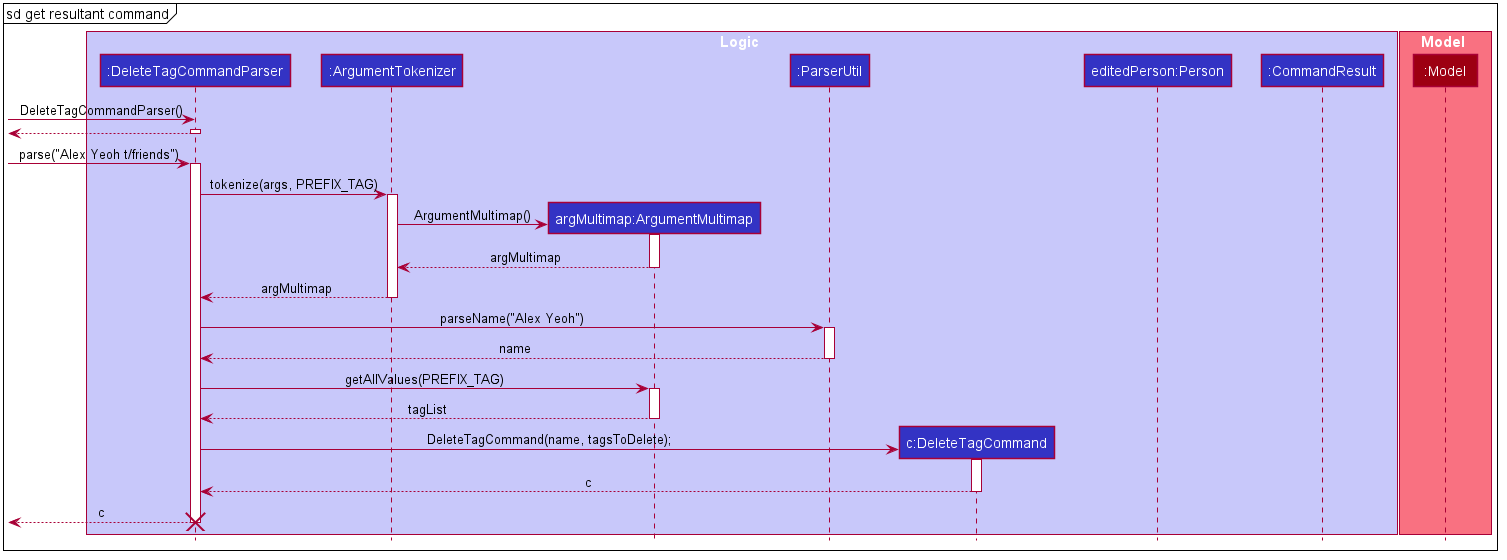
This is docs/images/GetDeleteTagCommandSequenceDiagram.png from nus-cs2103-AY2021S1/tp, a PlantUML export, as it was before one commit.
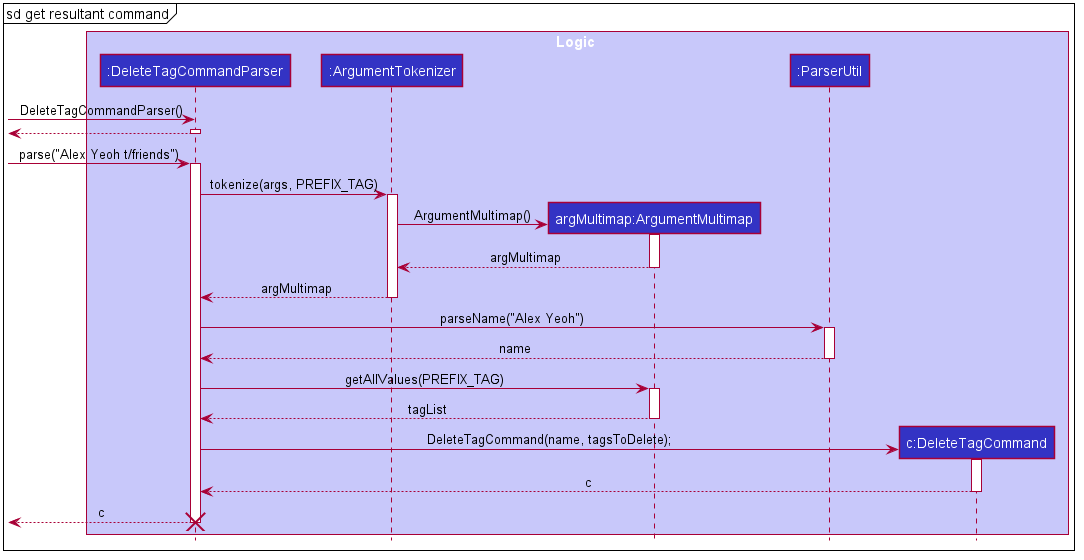
The same diagram one commit later.

Commit message:
Update DeveloperGuide with new sequence diagrams

Diff of the diagram source:
```diff
@@ -55,12 +55,6 @@
 participant "argMultimap:ArgumentMultimap" as ArgumentMultimap #3333C4
 participant ":ParserUtil" as ParserUtil #3333C4
 participant "c:DeleteTagCommand" as DeleteTagCommand #3333C4
-participant "editedPerson:Person" as Person #3333C4
-participant ":CommandResult" as CommandResult #3333C4
-end box
-
-box Model #F97181
-participant ":Model" as Model #9D0012
 end box
 
 create DeleteTagCommandParser
```
